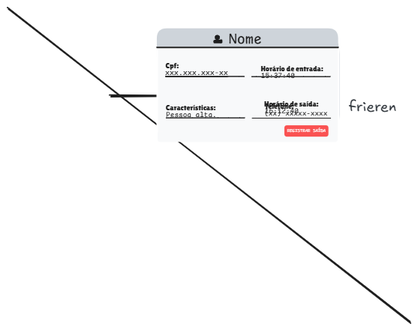
The Excalidraw diagram frontend/src/rascunho.excalidraw.png in Dedei-AB/Sistema-Visitantes, before a commit. Source tidied: one line per element, renumbered; positions are measured from the earlier drawing's top-left corner, leaving out a move shared by most shapes. The source it was exported from:
```json
{"id": 0, "type": "rectangle", "strokeColor": "#ced4da", "backgroundColor": "#ced4da", "fillStyle": "solid", "strokeWidth": 2, "roughness": 0, "round": true, "x": 1, "y": 0, "width": 240, "height": 49}
{"id": 1, "type": "rectangle", "strokeColor": "#ffffff", "backgroundColor": "#f8f9fa", "fillStyle": "solid", "strokeWidth": 2, "roughness": 0, "x": 0, "y": 24, "width": 241, "height": 125}
{"id": 2, "type": "text", "text": "Nome", "strokeColor": "#1e1e1e", "backgroundColor": "#f8f9fa", "fillStyle": "solid", "strokeWidth": 2, "roughness": 0, "fontSize": 20, "fontFamily": 8, "x": 96, "y": 1, "width": 44, "height": 25}
{"id": 3, "type": "ellipse", "strokeColor": "#1e1e1e", "backgroundColor": "#1e1e1e", "fillStyle": "solid", "strokeWidth": 2, "roughness": 0, "x": 78, "y": 9, "width": 5, "height": 5}
{"id": 4, "type": "ellipse", "strokeColor": "#1e1e1e", "backgroundColor": "#1e1e1e", "fillStyle": "solid", "strokeWidth": 2, "roughness": 0, "round": true, "x": 76, "y": 15, "width": 8, "height": 2}
{"id": 5, "type": "rectangle", "strokeColor": "#1e1e1e", "backgroundColor": "#1e1e1e", "fillStyle": "solid", "strokeWidth": 2, "roughness": 0, "round": true, "x": 76, "y": 16, "width": 8, "height": 2}
{"id": 6, "type": "text", "text": "Cpf:", "strokeColor": "#1e1e1e", "backgroundColor": "#1e1e1e", "fillStyle": "solid", "strokeWidth": 2, "roughness": 0, "fontSize": 9.95, "fontFamily": 7, "x": 11, "y": 43, "width": 18, "height": 11}
{"id": 7, "type": "text", "text": "xxx.xxx.xxx-xx", "strokeColor": "#1e1e1e", "backgroundColor": "#1e1e1e", "fillStyle": "solid", "strokeWidth": 2, "roughness": 0, "fontSize": 10.89, "fontFamily": 8, "x": 11, "y": 52, "width": 84, "height": 14}
{"id": 8, "type": "text", "text": "Telefone:", "strokeColor": "#1e1e1e", "backgroundColor": "#1e1e1e", "fillStyle": "solid", "strokeWidth": 2, "roughness": 0, "fontSize": 9.95, "fontFamily": 7, "x": 144, "y": 97, "width": 39, "height": 11}
{"id": 9, "type": "text", "text": "(xx) xxxxx-xxxx", "strokeColor": "#1e1e1e", "backgroundColor": "#1e1e1e", "fillStyle": "solid", "strokeWidth": 2, "roughness": 0, "fontSize": 10.2, "fontFamily": 8, "x": 143, "y": 107, "width": 84, "height": 13}
{"id": 10, "type": "text", "text": "Características:", "strokeColor": "#1e1e1e", "backgroundColor": "#1e1e1e", "fillStyle": "solid", "strokeWidth": 2, "roughness": 0, "fontSize": 9.95, "fontFamily": 7, "x": 12, "y": 99, "width": 67, "height": 11}
{"id": 11, "type": "text", "text": "Pessoa alta.", "strokeColor": "#1e1e1e", "backgroundColor": "#1e1e1e", "fillStyle": "solid", "strokeWidth": 2, "roughness": 0, "fontSize": 10.25, "fontFamily": 8, "x": 12, "y": 108, "width": 68, "height": 13}
{"id": 12, "type": "text", "text": "Horário de entrada:", "strokeColor": "#1e1e1e", "backgroundColor": "#1e1e1e", "fillStyle": "solid", "strokeWidth": 2, "roughness": 0, "fontSize": 9.95, "fontFamily": 7, "x": 138, "y": 47, "width": 83, "height": 11}
{"id": 13, "type": "text", "text": "15:37:40", "strokeColor": "#1e1e1e", "backgroundColor": "#1e1e1e", "fillStyle": "solid", "strokeWidth": 2, "roughness": 0, "fontSize": 10.25, "fontFamily": 8, "x": 139, "y": 56, "width": 45, "height": 13}
{"id": 14, "type": "line", "strokeColor": "#1e1e1e", "backgroundColor": "#ced4da", "fillStyle": "solid", "strokeWidth": 2, "roughness": 0, "round": true, "x": 0, "y": 24, "width": 241, "height": 0, "points": [[0, 0], [241, 0]]}
{"id": 15, "type": "rectangle", "strokeColor": "transparent", "backgroundColor": "#f8f9fa", "fillStyle": "solid", "strokeWidth": 2, "roughness": 0, "round": true, "x": 1, "y": 137, "width": 240, "height": 14}
{"id": 16, "type": "rectangle", "strokeColor": "transparent", "backgroundColor": "#fa5252", "fillStyle": "solid", "strokeWidth": 1, "roughness": 0, "round": true, "x": 170, "y": 128, "width": 59, "height": 15}
{"id": 17, "type": "text", "text": "REGISTRAR SAÍDA", "strokeColor": "#ffffff", "backgroundColor": "#fa5252", "fillStyle": "solid", "strokeWidth": 1, "roughness": 0, "fontSize": 6.23, "fontFamily": 8, "x": 174, "y": 132, "width": 51, "height": 8}
```
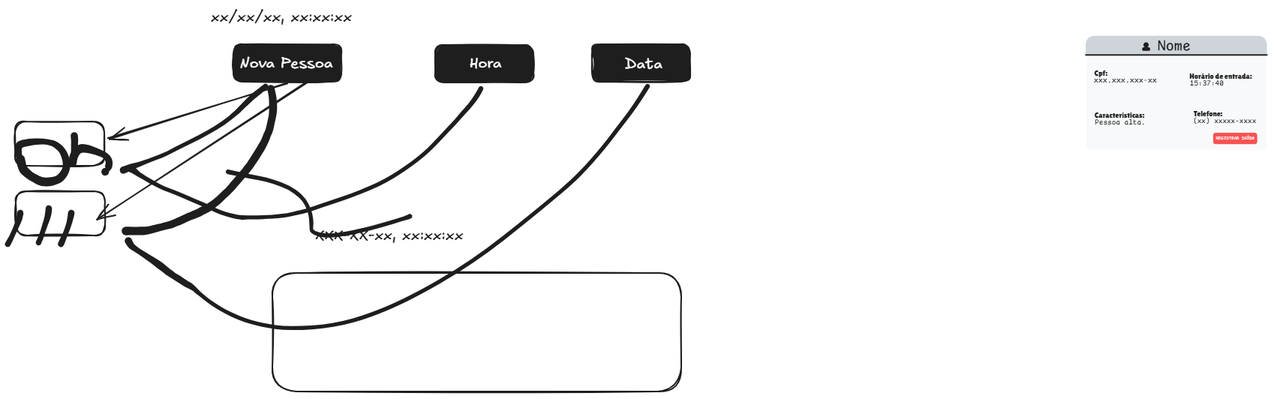
Above is the later version.

Diff of the diagram source:
```diff
@@ -16,3 +16,17 @@
 {"id": 15, "type": "rectangle", "strokeColor": "transparent", "backgroundColor": "#f8f9fa", "fillStyle": "solid", "strokeWidth": 2, "roughness": 0, "round": true, "x": 1, "y": 137, "width": 240, "height": 14}
 {"id": 16, "type": "rectangle", "strokeColor": "transparent", "backgroundColor": "#fa5252", "fillStyle": "solid", "strokeWidth": 1, "roughness": 0, "round": true, "x": 170, "y": 128, "width": 59, "height": 15}
 {"id": 17, "type": "text", "text": "REGISTRAR SAÍDA", "strokeColor": "#ffffff", "backgroundColor": "#fa5252", "fillStyle": "solid", "strokeWidth": 1, "roughness": 0, "fontSize": 6.23, "fontFamily": 8, "x": 174, "y": 132, "width": 51, "height": 8}
+{"id": 18, "type": "rectangle", "strokeColor": "#1e1e1e", "backgroundColor": "#1e1e1e", "fillStyle": "solid", "strokeWidth": 2, "roughness": 1, "round": true, "x": -1136, "y": 10, "width": 144, "height": 50}
+{"id": 19, "type": "text", "text": "aff", "strokeColor": "#1e1e1e", "backgroundColor": "#1e1e1e", "fillStyle": "solid", "strokeWidth": 2, "roughness": 1, "fontSize": 20, "fontFamily": 5, "textAlign": "center", "verticalAlign": "middle", "inside": 18, "x": -1079, "y": 23, "width": 30, "height": 25}
+{"id": 20, "type": "rectangle", "strokeColor": "#1e1e1e", "backgroundColor": "#1e1e1e", "fillStyle": "solid", "strokeWidth": 2, "roughness": 1, "round": true, "x": -867, "y": 11, "width": 131, "height": 50}
+{"id": 21, "type": "rectangle", "strokeColor": "#1e1e1e", "backgroundColor": "#1e1e1e", "fillStyle": "solid", "strokeWidth": 2, "roughness": 1, "round": true, "x": -658, "y": 10, "width": 131, "height": 50}
+{"id": 22, "type": "text", "text": "Nova Pessoa", "strokeColor": "#ffffff", "backgroundColor": "#1e1e1e", "fillStyle": "solid", "strokeWidth": 2, "roughness": 1, "fontSize": 20, "fontFamily": 5, "x": -1127, "y": 23, "width": 123, "height": 25}
+{"id": 23, "type": "text", "text": "Hora", "strokeColor": "#ffffff", "backgroundColor": "#1e1e1e", "fillStyle": "solid", "strokeWidth": 2, "roughness": 1, "fontSize": 20, "fontFamily": 5, "x": -821, "y": 23, "width": 42, "height": 25}
+{"id": 24, "type": "text", "text": "Data", "strokeColor": "#ffffff", "backgroundColor": "#1e1e1e", "fillStyle": "solid", "strokeWidth": 2, "roughness": 1, "fontSize": 20, "fontFamily": 5, "x": -614, "y": 24, "width": 50, "height": 25}
+{"id": 25, "type": "rectangle", "strokeColor": "#1e1e1e", "strokeWidth": 2, "roughness": 1, "round": true, "x": -1427, "y": 113, "width": 119, "height": 59}
+{"id": 26, "type": "rectangle", "strokeColor": "#1e1e1e", "strokeWidth": 2, "roughness": 1, "round": true, "x": -1426, "y": 206, "width": 119, "height": 59}
+{"id": 27, "type": "rectangle", "strokeColor": "#1e1e1e", "strokeWidth": 2, "roughness": 1, "round": true, "x": -1084, "y": 315, "width": 545, "height": 158}
+{"id": 28, "type": "text", "text": "xx/xx/xx, xx:xx:xx", "strokeColor": "#1e1e1e", "strokeWidth": 2, "roughness": 1, "fontSize": 20, "fontFamily": 5, "x": -1166, "y": -39, "width": 188, "height": 25}
+{"id": 29, "type": "text", "text": "XXX-XX-xx, xx:xx:xx", "strokeColor": "#1e1e1e", "strokeWidth": 2, "roughness": 1, "fontSize": 20, "fontFamily": 5, "x": -1027, "y": 252, "width": 197, "height": 25}
+{"id": 30, "type": "arrow", "strokeColor": "#1e1e1e", "strokeWidth": 2, "roughness": 1, "endArrowhead": "arrow", "round": true, "from": 18, "to": 25, "x": -1065, "y": 62, "width": 238, "height": 74, "points": [[0, 0], [-238, 74]]}
+{"id": 31, "type": "arrow", "strokeColor": "#1e1e1e", "strokeWidth": 2, "roughness": 1, "endArrowhead": "arrow", "round": true, "from": 22, "to": 26, "x": -1031, "y": 56, "width": 286, "height": 188, "points": [[0, 0], [-286, 188]]}
```
